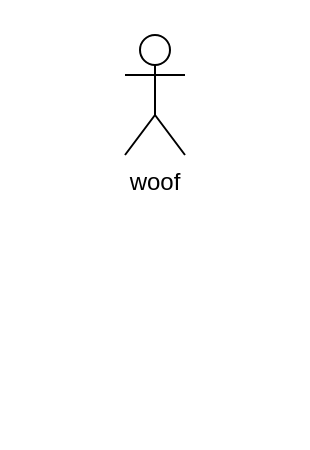
Earlier version of the draw.io diagram Herve VN project.drawio (sourouwoof/Herve-VN-project). Source tidied: cells renumbered, new cells numbered last; positions are measured from the earlier drawing's top-left corner, leaving out a move shared by most shapes. Both pictures are drawn from the tidied source at 200%, with x=0, y=0 at pixel (124, 34).
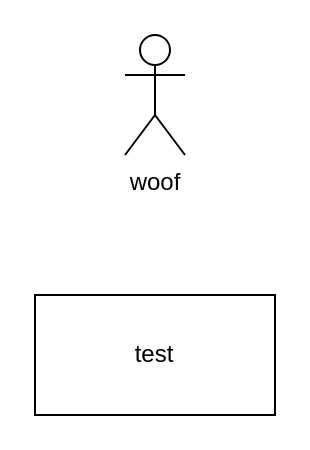
The same diagram, later.

Diff of the diagram source:
```diff
@@
 <mxGraphModel>
   <root>
     <mxCell id="0" />
     <mxCell id="1" parent="0" />
     <mxCell id="2" value="woof" style="shape=umlActor;verticalLabelPosition=bottom;verticalAlign=top;html=1;" parent="1" vertex="1">
       <mxGeometry width="30" height="60" as="geometry" />
     </mxCell>
+    <mxCell id="3" value="test" style="rounded=0;whiteSpace=wrap;html=1;" parent="1" vertex="1">
+      <mxGeometry x="-45" y="130" width="120" height="60" as="geometry" />
+    </mxCell>
   </root>
 </mxGraphModel>
```
